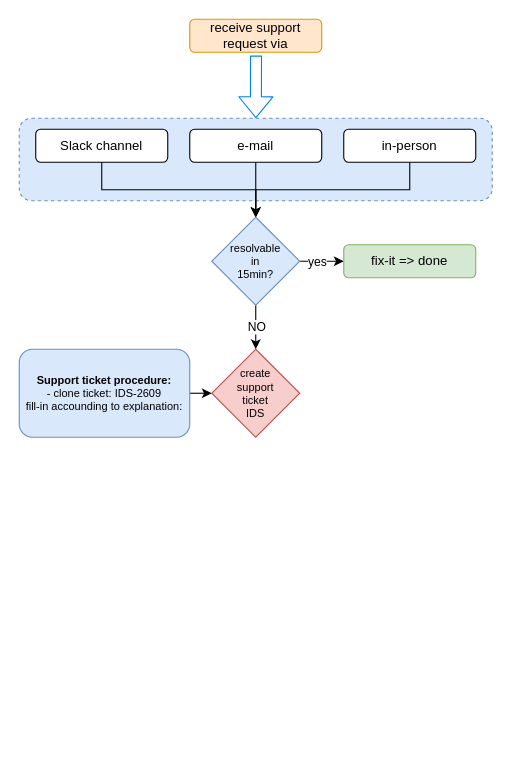
Vortex-ict/test-repo keeps this draw.io diagram as support-flow-ids.drawio. Above is the earlier version. Source tidied: cells renumbered, new cells numbered last; positions are measured from the earlier drawing's top-left corner, leaving out a move shared by most shapes. Both pictures are drawn from the tidied source at 110%, with x=0, y=0 at pixel (19, 19).
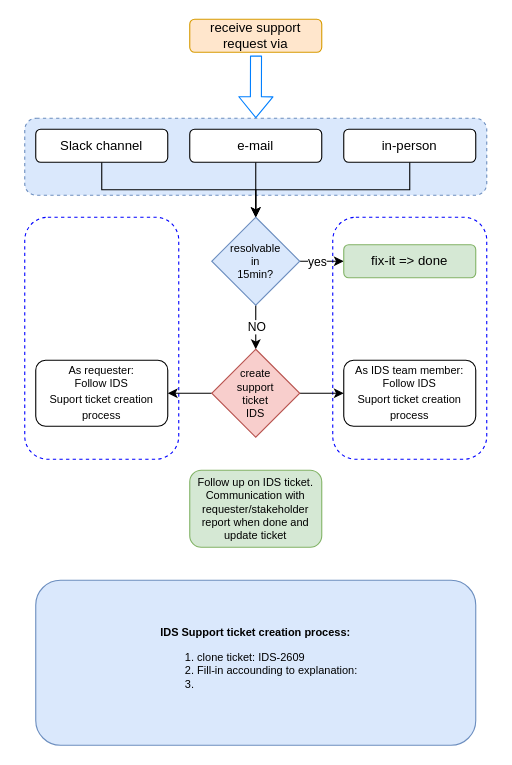
Above is the later version.

Unchanged cells that the change refers to:
```xml
<mxCell id="16" value="&lt;div style=&quot;font-size: 10px&quot;&gt;&lt;font style=&quot;font-size: 10px&quot;&gt;create &lt;br&gt;&lt;/font&gt;&lt;/div&gt;&lt;div style=&quot;font-size: 10px&quot;&gt;&lt;font style=&quot;font-size: 10px&quot;&gt;support&lt;/font&gt;&lt;/div&gt;&lt;div style=&quot;font-size: 10px&quot;&gt;&lt;font style=&quot;font-size: 10px&quot;&gt;ticket&lt;br&gt;&lt;/font&gt;&lt;/div&gt;&lt;div style=&quot;font-size: 10px&quot;&gt;&lt;font style=&quot;font-size: 10px&quot;&gt;IDS&lt;br&gt;&lt;/font&gt;&lt;/div&gt;" style="rhombus;whiteSpace=wrap;html=1;fillColor=#f8cecc;strokeColor=#b85450;" parent="1" vertex="1">
  <mxGeometry x="175" y="300" width="80" height="80" as="geometry" />
</mxCell>
```

Change to the diagram source:
```diff
@@
+    <mxCell id="20" style="rounded=1;whiteSpace=wrap;html=1;fillColor=none;dashed=1;strokeColor=#0000FF;" parent="1" vertex="1">
+      <mxGeometry x="5" y="180" width="140" height="220" as="geometry" />
+    </mxCell>
+    <mxCell id="21" style="rounded=1;whiteSpace=wrap;html=1;fillColor=none;dashed=1;strokeColor=#0000FF;" parent="1" vertex="1">
+      <mxGeometry x="285" y="180" width="140" height="220" as="geometry" />
+    </mxCell>
     <mxCell id="2" style="rounded=1;whiteSpace=wrap;html=1;fillColor=#dae8fc;strokeColor=#6c8ebf;dashed=1;" parent="1" vertex="1">
-      <mxGeometry y="90" width="430" height="75" as="geometry" />
+      <mxGeometry x="5" y="90" width="420" height="70" as="geometry" />
     </mxCell>
@@
+    <mxCell id="22" style="edgeStyle=orthogonalEdgeStyle;rounded=0;jettySize=auto;html=1;exitX=1;exitY=0.5;exitDx=0;exitDy=0;entryX=0;entryY=0.5;entryDx=0;entryDy=0;strokeColor=#000000;" parent="1" edge="1" source="16" target="25">
+      <mxGeometry relative="1" as="geometry" />
+    </mxCell>
+    <mxCell id="23" style="edgeStyle=orthogonalEdgeStyle;rounded=0;jettySize=auto;html=1;exitX=0;exitY=0.5;exitDx=0;exitDy=0;entryX=1;entryY=0.5;entryDx=0;entryDy=0;strokeColor=#000000;" parent="1" edge="1" source="16" target="24">
+      <mxGeometry relative="1" as="geometry" />
+    </mxCell>
@@
-    <mxCell id="17" style="edgeStyle=orthogonalEdgeStyle;rounded=0;jettySize=auto;html=1;exitX=1;exitY=0.5;exitDx=0;exitDy=0;entryX=0;entryY=0.5;entryDx=0;entryDy=0;strokeColor=#000000;" parent="1" edge="1" source="18" target="16">
-      <mxGeometry relative="1" as="geometry" />
-    </mxCell>
-    <mxCell id="18" value="&lt;div style=&quot;font-size: 10px&quot;&gt;&lt;b&gt;&lt;font style=&quot;font-size: 10px&quot;&gt;&lt;font style=&quot;font-size: 10px&quot;&gt;Support ticket procedure:&lt;/font&gt;&lt;/font&gt;&lt;/b&gt;&lt;/div&gt;&lt;div style=&quot;font-size: 10px&quot;&gt;&lt;font style=&quot;font-size: 10px&quot;&gt;- clone ticket: IDS-2609&lt;br&gt;&lt;/font&gt;&lt;/div&gt;&lt;div style=&quot;font-size: 10px&quot;&gt;&lt;font style=&quot;font-size: 10px&quot;&gt;fill-in accounding to explanation:&lt;/font&gt;&lt;/div&gt;" style="rounded=1;whiteSpace=wrap;html=1;fillColor=#dae8fc;strokeColor=#6c8ebf;" parent="1" vertex="1">
-      <mxGeometry y="300" width="155" height="80" as="geometry" />
+    <mxCell id="18" value="&lt;b&gt;&lt;font style=&quot;font-size: 10px&quot;&gt;&lt;font style=&quot;font-size: 10px&quot;&gt;IDS Support ticket creation process:&lt;/font&gt;&lt;/font&gt;&lt;/b&gt;&lt;div style=&quot;font-size: 10px&quot; align=&quot;left&quot;&gt;&lt;ol&gt;&lt;li&gt;&lt;font style=&quot;font-size: 10px&quot;&gt;clone ticket: IDS-2609&lt;/font&gt;&lt;/li&gt;&lt;li&gt;&lt;font style=&quot;font-size: 10px&quot;&gt;Fill-in accounding to explanation:&lt;/font&gt;&lt;/li&gt;&lt;li&gt;&lt;font style=&quot;font-size: 10px&quot;&gt;&lt;br&gt;&lt;/font&gt;&lt;/li&gt;&lt;/ol&gt;&lt;/div&gt;" style="rounded=1;whiteSpace=wrap;html=1;fillColor=#dae8fc;strokeColor=#6c8ebf;" parent="1" vertex="1">
+      <mxGeometry x="15" y="510" width="400" height="150" as="geometry" />
     </mxCell>
@@
+    <mxCell id="24" value="&lt;div style=&quot;font-size: 10px&quot;&gt;&lt;font style=&quot;font-size: 10px&quot;&gt;As requester:&lt;br&gt;&lt;/font&gt;&lt;/div&gt;&lt;div style=&quot;font-size: 10px&quot;&gt;&lt;font style=&quot;font-size: 10px&quot;&gt;Follow IDS &lt;/font&gt;&lt;/div&gt;&lt;font style=&quot;font-size: 10px&quot;&gt;Suport ticket creation process&lt;br&gt;&lt;/font&gt;" style="rounded=1;whiteSpace=wrap;html=1;strokeColor=#000000;fillColor=none;" parent="1" vertex="1">
+      <mxGeometry x="15" y="310" width="120" height="60" as="geometry" />
+    </mxCell>
+    <mxCell id="25" value="&lt;div style=&quot;font-size: 10px&quot;&gt;&lt;font style=&quot;font-size: 10px&quot;&gt;As IDS team member:&lt;br&gt;&lt;/font&gt;&lt;/div&gt;&lt;div style=&quot;font-size: 10px&quot;&gt;&lt;font style=&quot;font-size: 10px&quot;&gt;Follow IDS &lt;/font&gt;&lt;/div&gt;&lt;font style=&quot;font-size: 10px&quot;&gt;Suport ticket creation process&lt;br&gt;&lt;/font&gt;" style="rounded=1;whiteSpace=wrap;html=1;strokeColor=#000000;fillColor=none;" parent="1" vertex="1">
+      <mxGeometry x="295" y="310" width="120" height="60" as="geometry" />
+    </mxCell>
+    <mxCell id="26" value="&lt;div style=&quot;font-size: 10px&quot;&gt;&lt;font style=&quot;font-size: 10px&quot;&gt;Follow up on IDS ticket.&lt;/font&gt;&lt;/div&gt;&lt;div style=&quot;font-size: 10px&quot;&gt;&lt;font style=&quot;font-size: 10px&quot;&gt;Communication with requester/stakeholder&lt;/font&gt;&lt;/div&gt;&lt;div style=&quot;font-size: 10px&quot;&gt;&lt;font style=&quot;font-size: 10px&quot;&gt;report when done and update ticket&lt;br&gt;&lt;/font&gt;&lt;/div&gt;" style="rounded=1;whiteSpace=wrap;html=1;fillColor=#d5e8d4;strokeColor=#82b366;" parent="1" vertex="1">
+      <mxGeometry x="155" y="410" width="120" height="70" as="geometry" />
+    </mxCell>
```
